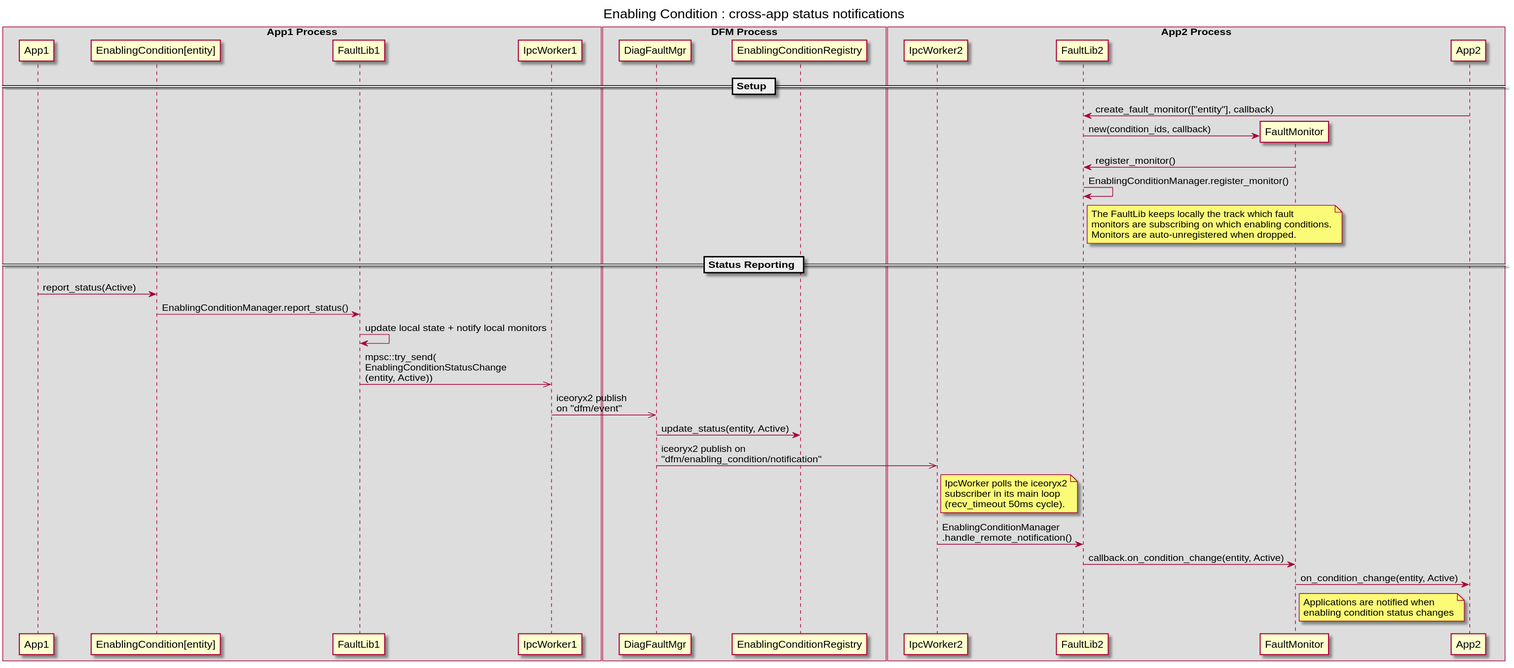
The PlantUML diagram docs/puml/enable_condition_ntf.svg in eclipse-opensovd/fault-lib, before a commit.
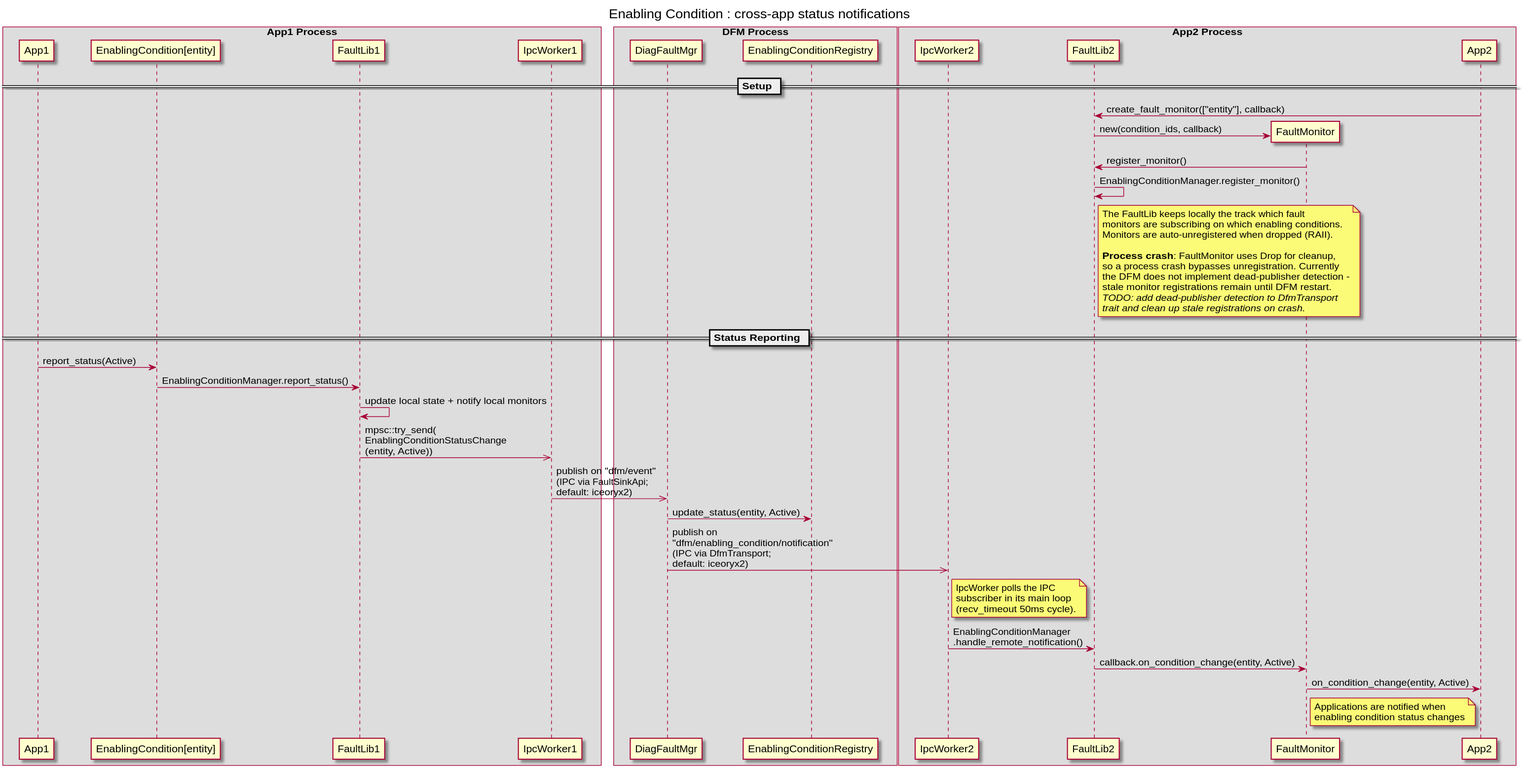
After the change.

What changed in the source:
```diff
@@ -31,7 +31,14 @@
 note right of FaultLib2
     The FaultLib keeps locally the track which fault
     monitors are subscribing on which enabling conditions.
-    Monitors are auto-unregistered when dropped.
+    Monitors are auto-unregistered when dropped (RAII).
+
+    **Process crash**: FaultMonitor uses Drop for cleanup,
+    so a process crash bypasses unregistration. Currently
+    the DFM does not implement dead-publisher detection -
+    stale monitor registrations remain until DFM restart.
+    //TODO: add dead-publisher detection to DfmTransport//
+    //trait and clean up stale registrations on crash.//
 end note
 
 == Status Reporting ==
@@ -40,11 +47,11 @@
 EC -> FaultLib1 : EnablingConditionManager.report_status()
 FaultLib1 -> FaultLib1 : update local state + notify local monitors
 FaultLib1 ->> IW1 : mpsc::try_send(\nEnablingConditionStatusChange\n(entity, Active))
-IW1 ->> DiagFaultMgr : iceoryx2 publish\non "dfm/event"
+IW1 ->> DiagFaultMgr : publish on "dfm/event"\n(IPC via FaultSinkApi;\ndefault: iceoryx2)
 DiagFaultMgr -> EnablingConditionRegistry : update_status(entity, Active)
-DiagFaultMgr ->> IW2 : iceoryx2 publish on\n"dfm/enabling_condition/notification"
+DiagFaultMgr ->> IW2 : publish on\n"dfm/enabling_condition/notification"\n(IPC via DfmTransport;\ndefault: iceoryx2)
 note right of IW2
-    IpcWorker polls the iceoryx2
+    IpcWorker polls the IPC
     subscriber in its main loop
     (recv_timeout 50ms cycle).
 end note
```
